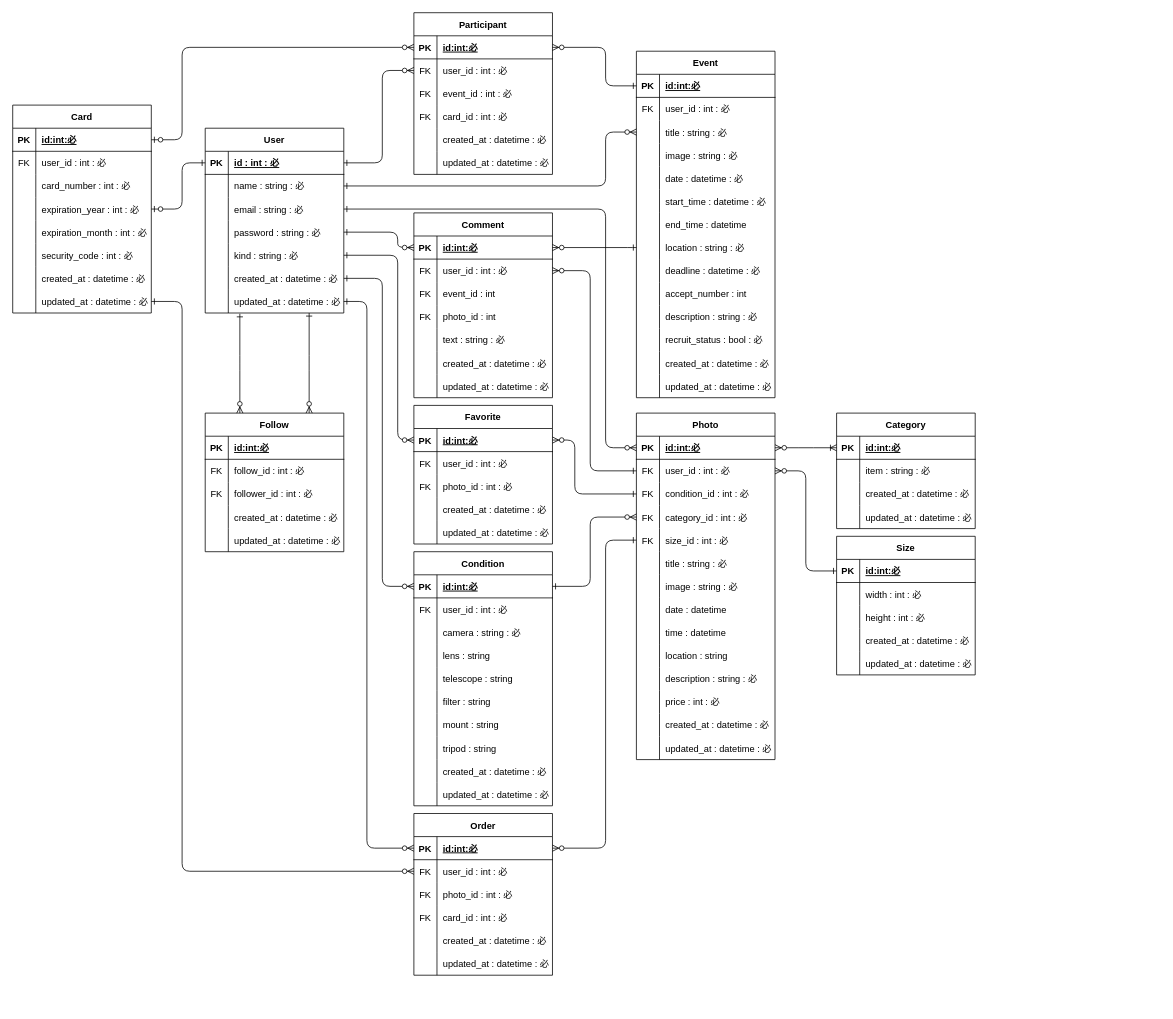
UtaSuzuki/astrogram keeps this draw.io diagram as outline/ERchart.drawio. Above is the earlier version. Source tidied: cells renumbered, new cells numbered last; positions are measured from the earlier drawing's top-left corner, leaving out a move shared by most shapes. Both pictures are drawn from the tidied source at 77%, with x=0, y=0 at pixel (12, 12).
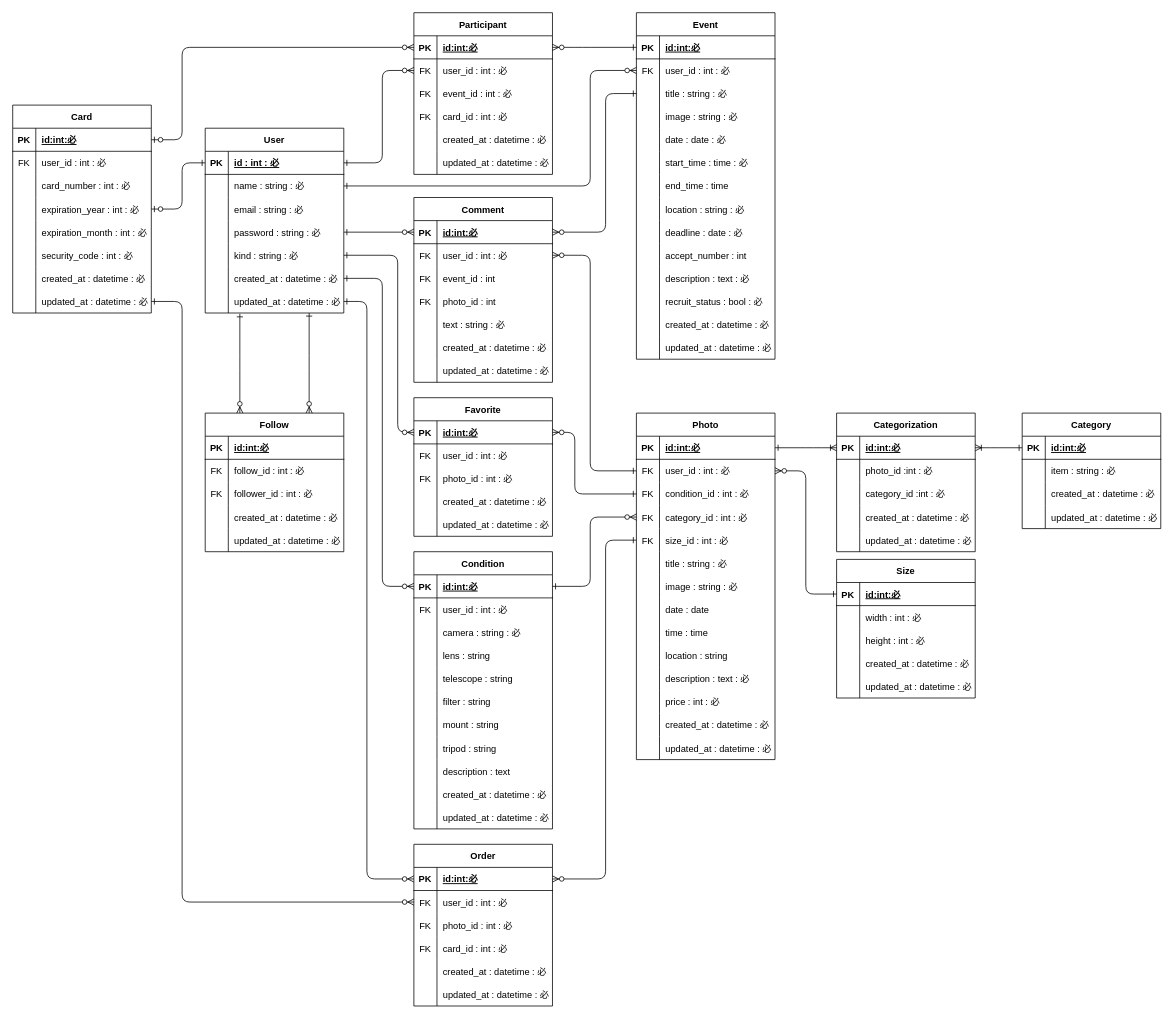
After the change.

Unchanged cells that the change refers to:
```xml
<mxCell id="6" style="shape=partialRectangle;fillColor=none;top=0;left=0;bottom=0;right=0;points=[[0,0.5],[1,0.5]];portConstraint=eastwest;" parent="2" vertex="1">
  <mxGeometry y="60" width="180" height="30" as="geometry" />
</mxCell>
<mxCell id="9" style="shape=partialRectangle;fillColor=none;top=0;left=0;bottom=0;right=0;points=[[0,0.5],[1,0.5]];portConstraint=eastwest;" parent="2" vertex="1">
  <mxGeometry y="90" width="180" height="30" as="geometry" />
</mxCell>
<mxCell id="56" style="shape=partialRectangle;fillColor=none;top=0;left=0;bottom=1;right=0;points=[[0,0.5],[1,0.5]];portConstraint=eastwest;" parent="55" vertex="1">
  <mxGeometry y="30" width="180" height="30" as="geometry" />
</mxCell>
<mxCell id="59" style="shape=partialRectangle;fillColor=none;top=0;left=0;bottom=0;right=0;points=[[0,0.5],[1,0.5]];portConstraint=eastwest;" parent="55" vertex="1">
  <mxGeometry y="60" width="180" height="30" as="geometry" />
</mxCell>
<mxCell id="62" style="shape=partialRectangle;fillColor=none;top=0;left=0;bottom=0;right=0;points=[[0,0.5],[1,0.5]];portConstraint=eastwest;" parent="55" vertex="1">
  <mxGeometry y="90" width="180" height="30" as="geometry" />
</mxCell>
<mxCell id="68" style="shape=partialRectangle;fillColor=none;top=0;left=0;bottom=0;right=0;" parent="55" vertex="1">
  <mxGeometry y="150" width="180" height="30" as="geometry" />
</mxCell>
<mxCell id="71" style="shape=partialRectangle;fillColor=none;top=0;left=0;bottom=0;right=0;" parent="55" vertex="1">
  <mxGeometry y="180" width="180" height="30" as="geometry" />
</mxCell>
<mxCell id="74" style="shape=partialRectangle;fillColor=none;top=0;left=0;bottom=0;right=0;" parent="55" vertex="1">
  <mxGeometry y="210" width="180" height="30" as="geometry" />
</mxCell>
<mxCell id="77" style="shape=partialRectangle;fillColor=none;top=0;left=0;bottom=0;right=0;points=[[0,0.5],[1,0.5]];portConstraint=eastwest;" parent="55" vertex="1">
  <mxGeometry y="240" width="180" height="30" as="geometry" />
</mxCell>
<mxCell id="80" style="shape=partialRectangle;fillColor=none;top=0;left=0;bottom=0;right=0;" parent="55" vertex="1">
  <mxGeometry y="270" width="180" height="30" as="geometry" />
</mxCell>
<mxCell id="86" style="shape=partialRectangle;fillColor=none;top=0;left=0;bottom=0;right=0;" parent="55" vertex="1">
  <mxGeometry y="330" width="180" height="30" as="geometry" />
</mxCell>
<mxCell id="115" style="shape=partialRectangle;fillColor=none;top=0;left=0;bottom=1;right=0;points=[[0,0.5],[1,0.5]];portConstraint=eastwest;" parent="114" vertex="1">
  <mxGeometry y="30" width="180" height="30" as="geometry" />
</mxCell>
<mxCell id="143" style="shape=partialRectangle;fillColor=none;top=0;left=0;bottom=1;right=0;points=[[0,0.5],[1,0.5]];portConstraint=eastwest;" parent="142" vertex="1">
  <mxGeometry y="30" width="180" height="30" as="geometry" />
</mxCell>
<mxCell id="164" style="shape=partialRectangle;fillColor=none;top=0;left=0;bottom=0;right=0;" parent="142" vertex="1">
  <mxGeometry y="240" width="180" height="30" as="geometry" />
</mxCell>
<mxCell id="167" style="shape=partialRectangle;fillColor=none;top=0;left=0;bottom=0;right=0;" parent="142" vertex="1">
  <mxGeometry y="270" width="180" height="30" as="geometry" />
</mxCell>
<mxCell id="173" style="shape=partialRectangle;fillColor=none;top=0;left=0;bottom=0;right=0;" parent="142" vertex="1">
  <mxGeometry y="330" width="180" height="30" as="geometry" />
</mxCell>
<mxCell id="206" style="shape=partialRectangle;fillColor=none;top=0;left=0;bottom=1;right=0;points=[[0,0.5],[1,0.5]];portConstraint=eastwest;" parent="205" vertex="1">
  <mxGeometry y="30" width="180" height="30" as="geometry" />
</mxCell>
<mxCell id="275" style="shape=partialRectangle;fillColor=none;top=0;left=0;bottom=1;right=0;points=[[0,0.5],[1,0.5]];portConstraint=eastwest;" parent="274" vertex="1">
  <mxGeometry y="30" width="180" height="30" as="geometry" />
</mxCell>
```

Diff of the diagram source:
```diff
@@
     <mxCell id="24" value="Condition" style="shape=table;startSize=30;childLayout=tableLayout;rowLines=0;fontStyle=1;align=center;" parent="1" vertex="1">
-      <mxGeometry x="521" y="700" width="180" height="330" as="geometry" />
+      <mxGeometry x="521" y="700" width="180" height="360" as="geometry" />
     </mxCell>
@@
+    <mxCell id="307" style="shape=partialRectangle;fillColor=none;top=0;left=0;bottom=0;right=0;" parent="24" vertex="1">
+      <mxGeometry y="270" width="180" height="30" as="geometry" />
+    </mxCell>
+    <mxCell id="308" style="shape=partialRectangle;fillColor=none;top=0;left=0;bottom=0;right=0;overflow=hidden;" parent="307" vertex="1">
+      <mxGeometry width="30" height="30" as="geometry" />
+    </mxCell>
+    <mxCell id="309" value="description : text" style="shape=partialRectangle;fillColor=none;top=0;left=0;bottom=0;right=0;align=left;spacingLeft=6;overflow=hidden;" parent="307" vertex="1">
+      <mxGeometry x="30" width="150" height="30" as="geometry" />
+    </mxCell>
     <mxCell id="49" style="shape=partialRectangle;fillColor=none;top=0;left=0;bottom=0;right=0;" parent="24" vertex="1">
-      <mxGeometry y="270" width="180" height="30" as="geometry" />
+      <mxGeometry y="300" width="180" height="30" as="geometry" />
     </mxCell>
@@
     <mxCell id="52" style="shape=partialRectangle;fillColor=none;top=0;left=0;bottom=0;right=0;" parent="24" vertex="1">
-      <mxGeometry y="300" width="180" height="30" as="geometry" />
+      <mxGeometry y="330" width="180" height="30" as="geometry" />
     </mxCell>
@@
     <mxCell id="55" value="Event" style="shape=table;startSize=30;childLayout=tableLayout;rowLines=0;fontStyle=1;align=center;" parent="1" vertex="1">
-      <mxGeometry x="810" y="50" width="180" height="450" as="geometry" />
+      <mxGeometry x="810" width="180" height="450" as="geometry" />
     </mxCell>
@@
-    <mxCell id="70" value="date : datetime : 必" style="shape=partialRectangle;fillColor=none;top=0;left=0;bottom=0;right=0;align=left;spacingLeft=6;overflow=hidden;" parent="68" vertex="1">
+    <mxCell id="70" value="date : date : 必" style="shape=partialRectangle;fillColor=none;top=0;left=0;bottom=0;right=0;align=left;spacingLeft=6;overflow=hidden;" parent="68" vertex="1">
       <mxGeometry x="30" width="150" height="30" as="geometry" />
     </mxCell>
@@
-    <mxCell id="73" value="start_time : datetime : 必" style="shape=partialRectangle;fillColor=none;top=0;left=0;bottom=0;right=0;align=left;spacingLeft=6;overflow=hidden;" parent="71" vertex="1">
+    <mxCell id="73" value="start_time : time : 必" style="shape=partialRectangle;fillColor=none;top=0;left=0;bottom=0;right=0;align=left;spacingLeft=6;overflow=hidden;" parent="71" vertex="1">
       <mxGeometry x="30" width="150" height="30" as="geometry" />
     </mxCell>
@@
-    <mxCell id="76" value="end_time : datetime" style="shape=partialRectangle;fillColor=none;top=0;left=0;bottom=0;right=0;align=left;spacingLeft=6;overflow=hidden;" parent="74" vertex="1">
+    <mxCell id="76" value="end_time : time" style="shape=partialRectangle;fillColor=none;top=0;left=0;bottom=0;right=0;align=left;spacingLeft=6;overflow=hidden;" parent="74" vertex="1">
       <mxGeometry x="30" width="150" height="30" as="geometry" />
     </mxCell>
@@
-    <mxCell id="82" value="deadline : datetime : 必" style="shape=partialRectangle;fillColor=none;top=0;left=0;bottom=0;right=0;align=left;spacingLeft=6;overflow=hidden;" parent="80" vertex="1">
+    <mxCell id="82" value="deadline : date : 必" style="shape=partialRectangle;fillColor=none;top=0;left=0;bottom=0;right=0;align=left;spacingLeft=6;overflow=hidden;" parent="80" vertex="1">
       <mxGeometry x="30" width="150" height="30" as="geometry" />
     </mxCell>
@@
-    <mxCell id="88" value="description : string : 必" style="shape=partialRectangle;fillColor=none;top=0;left=0;bottom=0;right=0;align=left;spacingLeft=6;overflow=hidden;" parent="86" vertex="1">
+    <mxCell id="88" value="description : text : 必" style="shape=partialRectangle;fillColor=none;top=0;left=0;bottom=0;right=0;align=left;spacingLeft=6;overflow=hidden;" parent="86" vertex="1">
       <mxGeometry x="30" width="150" height="30" as="geometry" />
     </mxCell>
@@
     <mxCell id="98" value="Favorite" style="shape=table;startSize=30;childLayout=tableLayout;rowLines=0;fontStyle=1;align=center;" parent="1" vertex="1">
-      <mxGeometry x="521" y="510" width="180" height="180" as="geometry" />
+      <mxGeometry x="521" y="500" width="180" height="180" as="geometry" />
     </mxCell>
@@
     <mxCell id="114" value="Comment" style="shape=table;startSize=30;childLayout=tableLayout;rowLines=0;fontStyle=1;align=center;" parent="1" vertex="1">
-      <mxGeometry x="521" y="260" width="180" height="240" as="geometry" />
+      <mxGeometry x="521" y="240" width="180" height="240" as="geometry" />
     </mxCell>
@@
-    <mxCell id="137" style="edgeStyle=elbowEdgeStyle;fontSize=12;html=1;endArrow=ERzeroToMany;endFill=1;exitX=1;exitY=0.5;exitDx=0;exitDy=0;startArrow=ERone;startFill=0;entryX=0;entryY=0.5;entryDx=0;entryDy=0;" parent="1" edge="1" source="6" target="62">
+    <mxCell id="137" style="edgeStyle=elbowEdgeStyle;fontSize=12;html=1;endArrow=ERzeroToMany;endFill=1;exitX=1;exitY=0.5;exitDx=0;exitDy=0;startArrow=ERone;startFill=0;entryX=0;entryY=0.5;entryDx=0;entryDy=0;" parent="1" edge="1" source="6" target="59">
       <mxGeometry relative="1" as="geometry">
         <Array as="points">
+          <mxPoint x="750" y="170" />
           <mxPoint x="770" y="180" />
           <mxPoint x="850" y="190" />
           <mxPoint x="770" y="210" />
           <mxPoint x="560" y="230" />
           <mxPoint x="570" y="265" />
         </Array>
       </mxGeometry>
     </mxCell>
@@
-    <mxCell id="139" style="edgeStyle=elbowEdgeStyle;fontSize=12;html=1;endArrow=ERone;endFill=0;startArrow=ERzeroToMany;startFill=1;exitX=1;exitY=0.5;exitDx=0;exitDy=0;entryX=0;entryY=0.5;entryDx=0;entryDy=0;" parent="1" edge="1" source="115" target="77">
+    <mxCell id="139" style="edgeStyle=elbowEdgeStyle;fontSize=12;html=1;endArrow=ERone;endFill=0;startArrow=ERzeroToMany;startFill=1;exitX=1;exitY=0.5;exitDx=0;exitDy=0;entryX=0;entryY=0.5;entryDx=0;entryDy=0;" parent="1" edge="1" source="115" target="62">
       <mxGeometry relative="1" as="geometry">
         <Array as="points">
+          <mxPoint x="770" y="220" />
           <mxPoint x="800" y="300" />
         </Array>
       </mxGeometry>
     </mxCell>
@@
-    <mxCell id="166" value="date : datetime" style="shape=partialRectangle;fillColor=none;top=0;left=0;bottom=0;right=0;align=left;spacingLeft=6;overflow=hidden;" parent="164" vertex="1">
+    <mxCell id="166" value="date : date" style="shape=partialRectangle;fillColor=none;top=0;left=0;bottom=0;right=0;align=left;spacingLeft=6;overflow=hidden;" parent="164" vertex="1">
       <mxGeometry x="30" width="150" height="30" as="geometry" />
     </mxCell>
@@
-    <mxCell id="169" value="time : datetime" style="shape=partialRectangle;fillColor=none;top=0;left=0;bottom=0;right=0;align=left;spacingLeft=6;overflow=hidden;" parent="167" vertex="1">
+    <mxCell id="169" value="time : time" style="shape=partialRectangle;fillColor=none;top=0;left=0;bottom=0;right=0;align=left;spacingLeft=6;overflow=hidden;" parent="167" vertex="1">
       <mxGeometry x="30" width="150" height="30" as="geometry" />
     </mxCell>
@@
-    <mxCell id="175" value="description : string : 必" style="shape=partialRectangle;fillColor=none;top=0;left=0;bottom=0;right=0;align=left;spacingLeft=6;overflow=hidden;" parent="173" vertex="1">
+    <mxCell id="175" value="description : text : 必" style="shape=partialRectangle;fillColor=none;top=0;left=0;bottom=0;right=0;align=left;spacingLeft=6;overflow=hidden;" parent="173" vertex="1">
       <mxGeometry x="30" width="150" height="30" as="geometry" />
     </mxCell>
@@
     <mxCell id="186" value="Order" style="shape=table;startSize=30;childLayout=tableLayout;rowLines=0;fontStyle=1;align=center;" parent="1" vertex="1">
-      <mxGeometry x="521" y="1040" width="180" height="210" as="geometry" />
+      <mxGeometry x="521" y="1080" width="180" height="210" as="geometry" />
     </mxCell>
@@
     <mxCell id="273" style="edgeStyle=elbowEdgeStyle;fontSize=12;html=1;endArrow=ERone;endFill=0;startArrow=ERzeroToMany;startFill=1;exitX=1;exitY=0.5;exitDx=0;exitDy=0;entryX=0;entryY=0.5;entryDx=0;entryDy=0;" parent="1" edge="1" source="206" target="56">
       <mxGeometry relative="1" as="geometry">
         <Array as="points">
+          <mxPoint x="740" y="50" />
           <mxPoint x="770" y="70" />
           <mxPoint x="850" y="90" />
         </Array>
       </mxGeometry>
     </mxCell>
     <mxCell id="274" value="Category" style="shape=table;startSize=30;childLayout=tableLayout;rowLines=0;fontStyle=1;align=center;" parent="1" vertex="1">
-      <mxGeometry x="1070" y="520" width="180" height="150" as="geometry" />
+      <mxGeometry x="1311" y="520" width="180" height="150" as="geometry" />
     </mxCell>
@@
-    <mxCell id="287" style="edgeStyle=elbowEdgeStyle;fontSize=12;html=1;endArrow=ERoneToMany;startArrow=ERzeroToMany;entryX=0;entryY=0.5;entryDx=0;entryDy=0;startFill=1;endFill=0;exitX=1;exitY=0.5;exitDx=0;exitDy=0;" parent="1" edge="1" source="143" target="275">
-      <mxGeometry relative="1" as="geometry" />
+    <mxCell id="287" style="edgeStyle=elbowEdgeStyle;fontSize=12;html=1;endArrow=ERone;startArrow=ERoneToMany;entryX=0;entryY=0.5;entryDx=0;entryDy=0;startFill=0;endFill=0;exitX=1;exitY=0.5;exitDx=0;exitDy=0;" parent="1" edge="1" source="311" target="275">
+      <mxGeometry relative="1" as="geometry">
+        <Array as="points">
+          <mxPoint x="1280" y="560" />
+          <mxPoint x="1280" y="480" />
+        </Array>
+      </mxGeometry>
     </mxCell>
     <mxCell id="288" value="Size" style="shape=table;startSize=30;childLayout=tableLayout;rowLines=0;fontStyle=1;align=center;" parent="1" vertex="1">
-      <mxGeometry x="1070" y="680" width="180" height="180" as="geometry" />
+      <mxGeometry x="1070" y="710" width="180" height="180" as="geometry" />
     </mxCell>
@@
-    <mxCell id="306" style="edgeStyle=elbowEdgeStyle;fontSize=12;html=1;endArrow=ERzeroToMany;endFill=1;exitX=1;exitY=0.5;exitDx=0;exitDy=0;startArrow=ERone;startFill=0;entryX=0;entryY=0.5;entryDx=0;entryDy=0;" parent="1" edge="1" source="9" target="143">
-      <mxGeometry relative="1" as="geometry">
-        <Array as="points">
-          <mxPoint x="770" y="480" />
-          <mxPoint x="850" y="275" />
-          <mxPoint x="580" y="275" />
-        </Array>
-      </mxGeometry>
-    </mxCell>
+    <mxCell id="310" value="Categorization" style="shape=table;startSize=30;childLayout=tableLayout;rowLines=0;fontStyle=1;align=center;" parent="1" vertex="1">
+      <mxGeometry x="1070" y="520" width="180" height="180" as="geometry" />
+    </mxCell>
+    <mxCell id="311" style="shape=partialRectangle;fillColor=none;top=0;left=0;bottom=1;right=0;points=[[0,0.5],[1,0.5]];portConstraint=eastwest;" parent="310" vertex="1">
+      <mxGeometry y="30" width="180" height="30" as="geometry" />
+    </mxCell>
+    <mxCell id="312" value="PK" style="shape=partialRectangle;fillColor=none;top=0;left=0;bottom=0;right=0;fontStyle=1;overflow=hidden;" parent="311" vertex="1">
+      <mxGeometry width="30" height="30" as="geometry" />
+    </mxCell>
+    <mxCell id="313" value="id:int:必" style="shape=partialRectangle;fillColor=none;top=0;left=0;bottom=0;right=0;align=left;spacingLeft=6;fontStyle=5;overflow=hidden;" parent="311" vertex="1">
+      <mxGeometry x="30" width="150" height="30" as="geometry" />
+    </mxCell>
+    <mxCell id="314" style="shape=partialRectangle;fillColor=none;top=0;left=0;bottom=0;right=0;" parent="310" vertex="1">
+      <mxGeometry y="60" width="180" height="30" as="geometry" />
+    </mxCell>
+    <mxCell id="315" style="shape=partialRectangle;fillColor=none;top=0;left=0;bottom=0;right=0;overflow=hidden;" parent="314" vertex="1">
+      <mxGeometry width="30" height="30" as="geometry" />
+    </mxCell>
+    <mxCell id="316" value="photo_id :int : 必" style="shape=partialRectangle;fillColor=none;top=0;left=0;bottom=0;right=0;align=left;spacingLeft=6;overflow=hidden;" parent="314" vertex="1">
+      <mxGeometry x="30" width="150" height="30" as="geometry" />
+    </mxCell>
+    <mxCell id="317" style="shape=partialRectangle;fillColor=none;top=0;left=0;bottom=0;right=0;" parent="310" vertex="1">
+      <mxGeometry y="90" width="180" height="30" as="geometry" />
+    </mxCell>
+    <mxCell id="318" style="shape=partialRectangle;fillColor=none;top=0;left=0;bottom=0;right=0;overflow=hidden;" parent="317" vertex="1">
+      <mxGeometry width="30" height="30" as="geometry" />
+    </mxCell>
+    <mxCell id="319" value="category_id :int : 必" style="shape=partialRectangle;fillColor=none;top=0;left=0;bottom=0;right=0;align=left;spacingLeft=6;overflow=hidden;" parent="317" vertex="1">
+      <mxGeometry x="30" width="150" height="30" as="geometry" />
+    </mxCell>
+    <mxCell id="320" style="shape=partialRectangle;fillColor=none;top=0;left=0;bottom=0;right=0;" parent="310" vertex="1">
+      <mxGeometry y="120" width="180" height="30" as="geometry" />
+    </mxCell>
+    <mxCell id="321" style="shape=partialRectangle;fillColor=none;top=0;left=0;bottom=0;right=0;overflow=hidden;" parent="320" vertex="1">
+      <mxGeometry width="30" height="30" as="geometry" />
+    </mxCell>
+    <mxCell id="322" value="created_at : datetime : 必" style="shape=partialRectangle;fillColor=none;top=0;left=0;bottom=0;right=0;align=left;spacingLeft=6;overflow=hidden;" parent="320" vertex="1">
+      <mxGeometry x="30" width="150" height="30" as="geometry" />
+    </mxCell>
+    <mxCell id="323" style="shape=partialRectangle;fillColor=none;top=0;left=0;bottom=0;right=0;" parent="310" vertex="1">
+      <mxGeometry y="150" width="180" height="30" as="geometry" />
+    </mxCell>
+    <mxCell id="324" style="shape=partialRectangle;fillColor=none;top=0;left=0;bottom=0;right=0;overflow=hidden;" parent="323" vertex="1">
+      <mxGeometry width="30" height="30" as="geometry" />
+    </mxCell>
+    <mxCell id="325" value="updated_at : datetime : 必" style="shape=partialRectangle;fillColor=none;top=0;left=0;bottom=0;right=0;align=left;spacingLeft=6;overflow=hidden;" parent="323" vertex="1">
+      <mxGeometry x="30" width="150" height="30" as="geometry" />
+    </mxCell>
+    <mxCell id="326" style="edgeStyle=elbowEdgeStyle;fontSize=12;html=1;endArrow=ERoneToMany;startArrow=ERone;startFill=0;endFill=0;exitX=1;exitY=0.5;exitDx=0;exitDy=0;entryX=0;entryY=0.5;entryDx=0;entryDy=0;" parent="1" edge="1" source="143" target="311">
+      <mxGeometry relative="1" as="geometry">
+        <Array as="points">
+          <mxPoint x="1040" y="580" />
+          <mxPoint x="1290" y="490" />
+        </Array>
+      </mxGeometry>
+    </mxCell>
```
